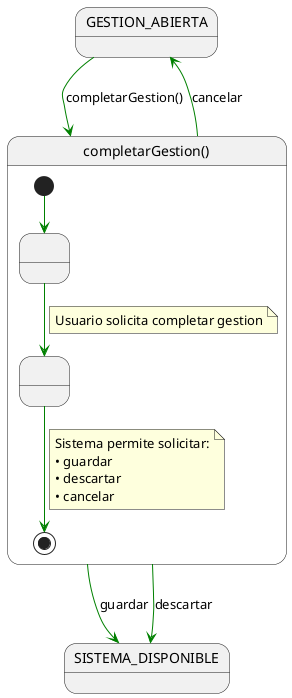
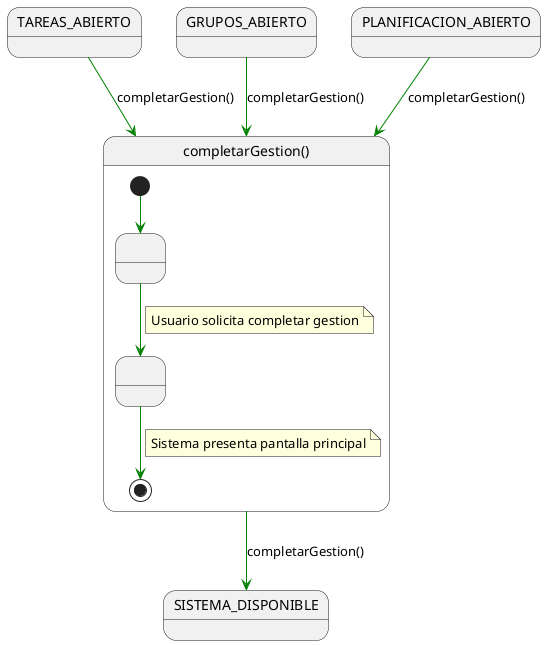
@startuml completarGestion
top to bottom direction
skinparam classAttributeIconSize 0
skinparam ArrowColor Green

- state "GESTION_ABIERTA" as GESTION_ABIERTA
state "SISTEMA_DISPONIBLE" as SISTEMA_DISPONIBLE
+ state "TAREAS_ABIERTO" as TAREAS_ABIERTO
+ state "GRUPOS_ABIERTO" as GRUPOS_ABIERTO
+ state "PLANIFICACION_ABIERTO" as PLANIFICACION_ABIERTO

state "completarGestion()" as UC {

  [*] --> N1

  state " " as N1
  state " " as N2

  N1 --> N2
  note on link
  Usuario solicita completar gestion
  end note

  N2 --> [*]
  note on link
-   Sistema permite solicitar:
-   • guardar
-   • descartar
-   • cancelar
+   Sistema presenta pantalla principal
  end note
}

- GESTION_ABIERTA --> UC : completarGestion()
- UC --> SISTEMA_DISPONIBLE : guardar
- UC --> SISTEMA_DISPONIBLE : descartar
- UC --> GESTION_ABIERTA : cancelar
+ TAREAS_ABIERTO --> UC : completarGestion()
+ GRUPOS_ABIERTO --> UC : completarGestion()
+ PLANIFICACION_ABIERTO --> UC : completarGestion()
+ 
+ UC --> SISTEMA_DISPONIBLE : completarGestion()

@enduml
+ 
+ 
